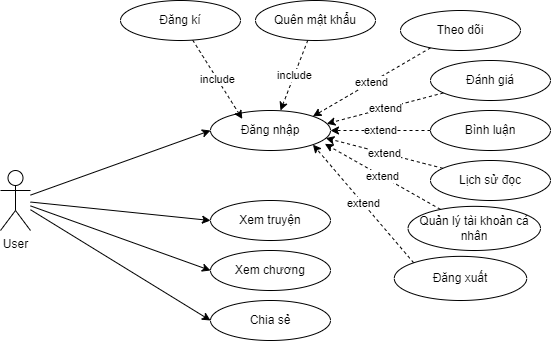
This is .Baocao/UC/user.drawio.png from kdg2k2/kdg_truyen, a draw.io export, as it was before one commit. Source tidied: cells renumbered, new cells last; positions are measured from the earlier drawing's top-left corner, leaving out a move shared by most shapes. The source it was exported from:
```xml
<mxGraphModel>
  <root>
    <mxCell id="0" />
    <mxCell id="1" parent="0" />
    <mxCell id="2" style="edgeStyle=none;html=1;entryX=0;entryY=0.5;entryDx=0;entryDy=0;" parent="1" edge="1" source="6" target="7">
      <mxGeometry relative="1" as="geometry" />
    </mxCell>
    <mxCell id="3" style="edgeStyle=none;html=1;entryX=0;entryY=0.5;entryDx=0;entryDy=0;" parent="1" edge="1" source="6" target="18">
      <mxGeometry relative="1" as="geometry" />
    </mxCell>
    <mxCell id="4" style="edgeStyle=none;html=1;entryX=0;entryY=0.5;entryDx=0;entryDy=0;" parent="1" edge="1" source="6" target="19">
      <mxGeometry relative="1" as="geometry" />
    </mxCell>
    <mxCell id="5" style="edgeStyle=none;html=1;entryX=0;entryY=0.5;entryDx=0;entryDy=0;" parent="1" edge="1" source="6" target="20">
      <mxGeometry relative="1" as="geometry" />
    </mxCell>
    <mxCell id="6" value="User" style="shape=umlActor;verticalLabelPosition=bottom;verticalAlign=top;html=1;outlineConnect=0;" parent="1" vertex="1">
      <mxGeometry y="170" width="30" height="60" as="geometry" />
    </mxCell>
    <mxCell id="7" value="Đăng nhập" style="ellipse;whiteSpace=wrap;html=1;" parent="1" vertex="1">
      <mxGeometry x="210" y="110" width="120" height="40" as="geometry" />
    </mxCell>
    <mxCell id="8" value="include" style="edgeStyle=none;html=1;dashed=1;" parent="1" edge="1" source="9">
      <mxGeometry relative="1" as="geometry">
        <mxPoint x="280" y="110" as="targetPoint" />
      </mxGeometry>
    </mxCell>
    <mxCell id="9" value="Quên mật khẩu" style="ellipse;whiteSpace=wrap;html=1;" parent="1" vertex="1">
      <mxGeometry x="255" width="120" height="40" as="geometry" />
    </mxCell>
    <mxCell id="10" value="include" style="edgeStyle=none;html=1;entryX=0.265;entryY=0.21;entryDx=0;entryDy=0;entryPerimeter=0;dashed=1;" parent="1" edge="1" source="11" target="7">
      <mxGeometry relative="1" as="geometry" />
    </mxCell>
    <mxCell id="11" value="Đăng kí" style="ellipse;whiteSpace=wrap;html=1;" parent="1" vertex="1">
      <mxGeometry x="120" width="120" height="40" as="geometry" />
    </mxCell>
    <mxCell id="12" value="extend" style="edgeStyle=none;html=1;entryX=1;entryY=0;entryDx=0;entryDy=0;dashed=1;" parent="1" edge="1" source="13" target="7">
      <mxGeometry relative="1" as="geometry" />
    </mxCell>
    <mxCell id="13" value="Theo dõi" style="ellipse;whiteSpace=wrap;html=1;" parent="1" vertex="1">
      <mxGeometry x="400" y="10" width="120" height="40" as="geometry" />
    </mxCell>
    <mxCell id="14" value="extend" style="edgeStyle=none;html=1;entryX=0.969;entryY=0.33;entryDx=0;entryDy=0;entryPerimeter=0;dashed=1;" parent="1" edge="1" source="15" target="7">
      <mxGeometry relative="1" as="geometry" />
    </mxCell>
    <mxCell id="15" value="Đánh giá" style="ellipse;whiteSpace=wrap;html=1;" parent="1" vertex="1">
      <mxGeometry x="430" y="60" width="120" height="40" as="geometry" />
    </mxCell>
    <mxCell id="16" value="extend" style="edgeStyle=none;html=1;entryX=1;entryY=0.5;entryDx=0;entryDy=0;dashed=1;" parent="1" edge="1" source="17" target="7">
      <mxGeometry relative="1" as="geometry" />
    </mxCell>
    <mxCell id="17" value="Bình luận" style="ellipse;whiteSpace=wrap;html=1;" parent="1" vertex="1">
      <mxGeometry x="430" y="110" width="120" height="40" as="geometry" />
    </mxCell>
    <mxCell id="18" value="Xem truyện" style="ellipse;whiteSpace=wrap;html=1;" parent="1" vertex="1">
      <mxGeometry x="210" y="200" width="120" height="40" as="geometry" />
    </mxCell>
    <mxCell id="19" value="Xem chương" style="ellipse;whiteSpace=wrap;html=1;" parent="1" vertex="1">
      <mxGeometry x="210" y="250" width="120" height="40" as="geometry" />
    </mxCell>
    <mxCell id="20" value="Chia sẻ" style="ellipse;whiteSpace=wrap;html=1;" parent="1" vertex="1">
      <mxGeometry x="210" y="300" width="120" height="40" as="geometry" />
    </mxCell>
    <mxCell id="21" value="extend" style="edgeStyle=none;html=1;entryX=0.961;entryY=0.69;entryDx=0;entryDy=0;entryPerimeter=0;dashed=1;" parent="1" edge="1" source="22" target="7">
      <mxGeometry relative="1" as="geometry" />
    </mxCell>
    <mxCell id="22" value="Lịch sử đọc" style="ellipse;whiteSpace=wrap;html=1;" parent="1" vertex="1">
      <mxGeometry x="430" y="160" width="120" height="40" as="geometry" />
    </mxCell>
    <mxCell id="23" value="extend" style="edgeStyle=none;html=1;entryX=0.953;entryY=0.834;entryDx=0;entryDy=0;entryPerimeter=0;dashed=1;" parent="1" edge="1" source="24" target="7">
      <mxGeometry relative="1" as="geometry" />
    </mxCell>
    <mxCell id="24" value="Quản lý tài khoản cá nhân" style="ellipse;whiteSpace=wrap;html=1;" parent="1" vertex="1">
      <mxGeometry x="407.6" y="205.9" width="132.4" height="44.1" as="geometry" />
    </mxCell>
    <mxCell id="25" value="extend" style="edgeStyle=none;html=1;entryX=1;entryY=1;entryDx=0;entryDy=0;dashed=1;exitX=0;exitY=0;exitDx=0;exitDy=0;" parent="1" edge="1" source="26" target="7">
      <mxGeometry relative="1" as="geometry" />
    </mxCell>
    <mxCell id="26" value="Đăng xuất" style="ellipse;whiteSpace=wrap;html=1;" parent="1" vertex="1">
      <mxGeometry x="393.8" y="255.9" width="132.4" height="44.1" as="geometry" />
    </mxCell>
  </root>
</mxGraphModel>
```
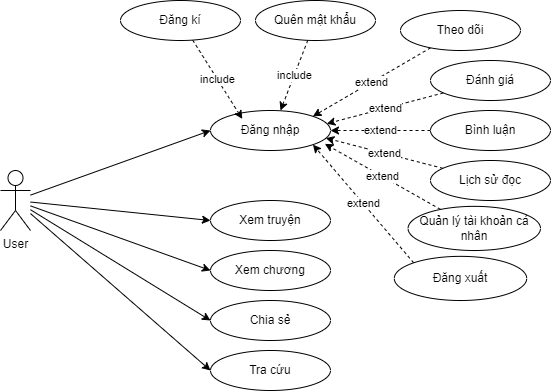
After the commit.

What changed in the source:
```diff
@@ -14,6 +14,9 @@
     <mxCell id="5" style="edgeStyle=none;html=1;entryX=0;entryY=0.5;entryDx=0;entryDy=0;" parent="1" edge="1" source="6" target="20">
       <mxGeometry relative="1" as="geometry" />
     </mxCell>
+    <mxCell id="27" style="edgeStyle=none;html=1;entryX=0;entryY=0.5;entryDx=0;entryDy=0;" parent="1" edge="1" source="6" target="28">
+      <mxGeometry relative="1" as="geometry" />
+    </mxCell>
     <mxCell id="6" value="User" style="shape=umlActor;verticalLabelPosition=bottom;verticalAlign=top;html=1;outlineConnect=0;" parent="1" vertex="1">
       <mxGeometry y="170" width="30" height="60" as="geometry" />
     </mxCell>
@@ -79,5 +82,8 @@
     <mxCell id="26" value="Đăng xuất" style="ellipse;whiteSpace=wrap;html=1;" parent="1" vertex="1">
       <mxGeometry x="393.8" y="255.9" width="132.4" height="44.1" as="geometry" />
     </mxCell>
+    <mxCell id="28" value="Tra cứu" style="ellipse;whiteSpace=wrap;html=1;" parent="1" vertex="1">
+      <mxGeometry x="210" y="350" width="120" height="40" as="geometry" />
+    </mxCell>
   </root>
 </mxGraphModel>
```
